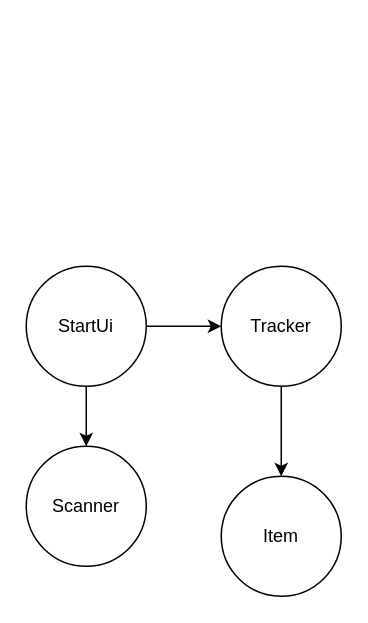
Above: Untitled Diagram.drawio in lopatuxin/job4j_tracker (draw.io), before the change. Source tidied: cells renumbered, new cells numbered last; positions are measured from the earlier drawing's top-left corner, leaving out a move shared by most shapes. Both pictures are drawn from the tidied source at 150%, with x=0, y=0 at pixel (26, 266).
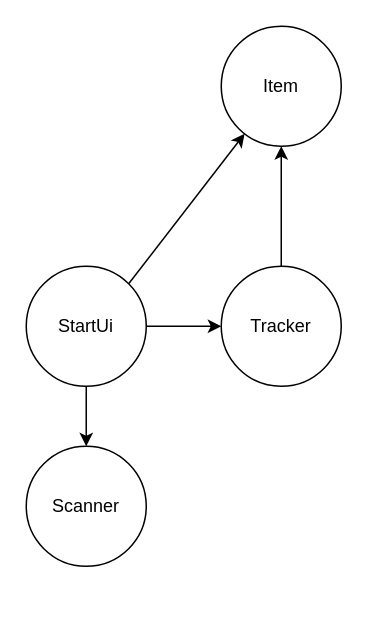
After the change.

The edit, as a diff of the source:
```diff
@@
 <mxGraphModel>
   <root>
     <mxCell id="0" />
     <mxCell id="1" parent="0" />
     <mxCell id="2" value="Item" style="ellipse;whiteSpace=wrap;html=1;" parent="1" vertex="1">
-      <mxGeometry x="130" y="140" width="80" height="80" as="geometry" />
+      <mxGeometry x="130" y="-160" width="80" height="80" as="geometry" />
     </mxCell>
     <mxCell id="3" value="Scanner" style="ellipse;whiteSpace=wrap;html=1;" parent="1" vertex="1">
       <mxGeometry y="120" width="80" height="80" as="geometry" />
     </mxCell>
     <mxCell id="4" style="edgeStyle=orthogonalEdgeStyle;rounded=0;jettySize=auto;html=1;" parent="1" edge="1" source="6" target="8">
       <mxGeometry relative="1" as="geometry" />
     </mxCell>
     <mxCell id="5" style="edgeStyle=orthogonalEdgeStyle;rounded=0;jettySize=auto;html=1;" parent="1" edge="1" source="6" target="3">
       <mxGeometry relative="1" as="geometry" />
     </mxCell>
+    <mxCell id="9" style="edgeStyle=none;rounded=0;jettySize=auto;html=1;exitX=1;exitY=0;exitDx=0;exitDy=0;" parent="1" edge="1" source="6" target="2">
+      <mxGeometry relative="1" as="geometry" />
+    </mxCell>
     <mxCell id="6" value="StartUi" style="ellipse;whiteSpace=wrap;html=1;" parent="1" vertex="1">
       <mxGeometry width="80" height="80" as="geometry" />
     </mxCell>
     <mxCell id="7" style="edgeStyle=orthogonalEdgeStyle;rounded=0;jettySize=auto;html=1;" parent="1" edge="1" source="8" target="2">
       <mxGeometry relative="1" as="geometry" />
     </mxCell>
     <mxCell id="8" value="Tracker" style="ellipse;whiteSpace=wrap;html=1;" parent="1" vertex="1">
       <mxGeometry x="130" width="80" height="80" as="geometry" />
     </mxCell>
   </root>
 </mxGraphModel>
```
